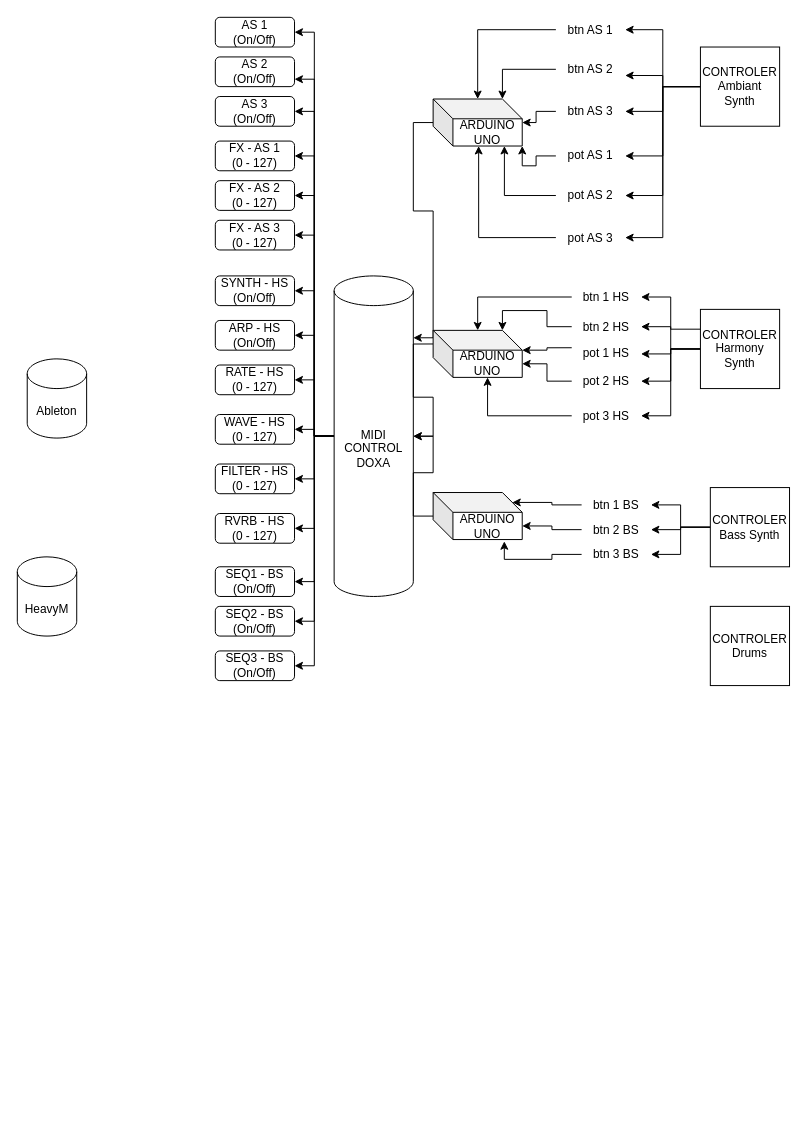
Earlier version of the draw.io diagram controlers_diagram.drawio (LeonardHehlen/HeavyM_project). Source tidied: cells renumbered, new cells numbered last; positions are measured from the earlier drawing's top-left corner, leaving out a move shared by most shapes. Both pictures are drawn from the tidied source at 99%, with x=0, y=0 at pixel (17, 17).
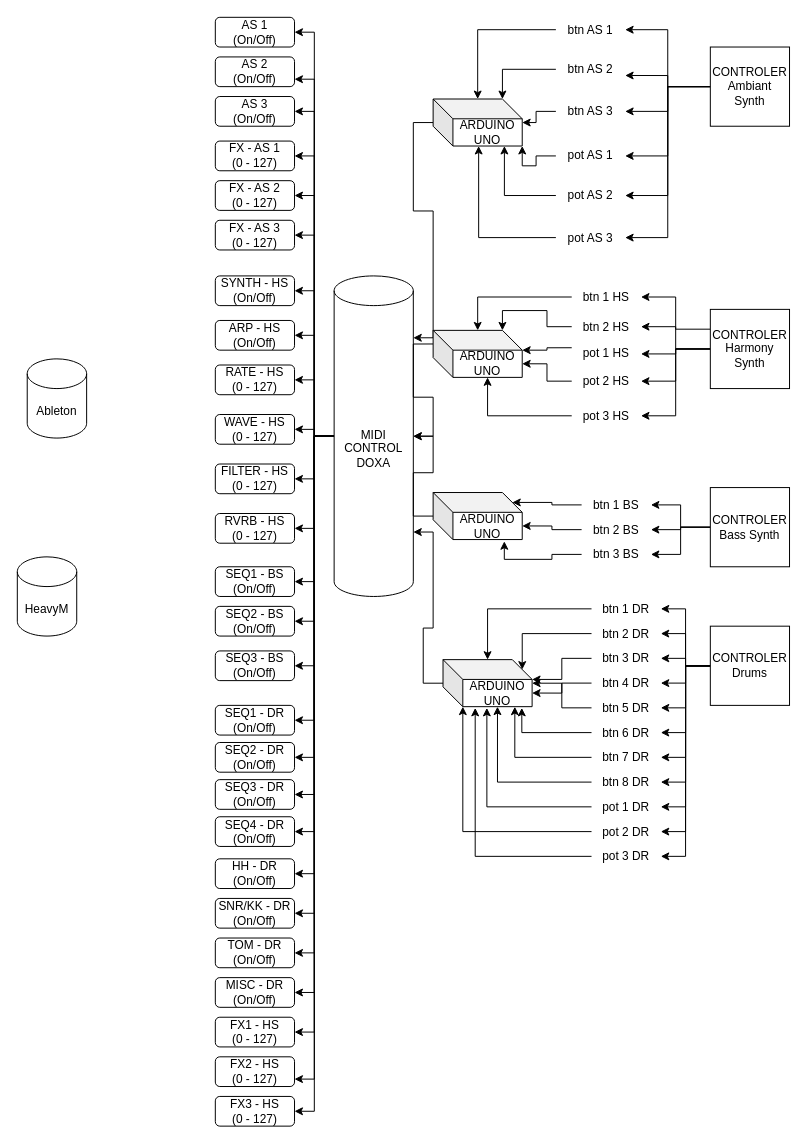
The same page after the edit.

Unchanged cells that the change refers to:
```xml
<mxCell id="57" value="MIDI CONTROL&lt;br&gt;DOXA" style="shape=cylinder3;whiteSpace=wrap;html=1;boundedLbl=1;backgroundOutline=1;size=15;" parent="1" vertex="1">
  <mxGeometry x="320" y="261.2" width="80" height="323.8" as="geometry" />
</mxCell>
```

Change to the diagram source:
```diff
@@
     <mxCell id="11" value="&lt;div&gt;CONTROLER&lt;/div&gt;Harmony Synth" style="whiteSpace=wrap;html=1;" parent="1" vertex="1">
-      <mxGeometry x="690" y="295" width="80" height="80" as="geometry" />
+      <mxGeometry x="700" y="295" width="80" height="80" as="geometry" />
     </mxCell>
@@
     <mxCell id="18" value="&lt;div&gt;CONTROLER&lt;/div&gt;&lt;div&gt;Ambiant Synth&lt;/div&gt;" style="whiteSpace=wrap;html=1;" parent="1" vertex="1">
-      <mxGeometry x="690" y="30" width="80" height="80" as="geometry" />
+      <mxGeometry x="700" y="30" width="80" height="80" as="geometry" />
     </mxCell>
+    <mxCell id="87" style="edgeStyle=orthogonalEdgeStyle;rounded=0;jettySize=auto;html=1;entryX=1;entryY=0.5;entryDx=0;entryDy=0;" parent="1" edge="1" source="19" target="110">
+      <mxGeometry relative="1" as="geometry" />
+    </mxCell>
+    <mxCell id="88" style="edgeStyle=orthogonalEdgeStyle;rounded=0;jettySize=auto;html=1;entryX=1;entryY=0.5;entryDx=0;entryDy=0;" parent="1" edge="1" source="19" target="112">
+      <mxGeometry relative="1" as="geometry" />
+    </mxCell>
+    <mxCell id="89" style="edgeStyle=orthogonalEdgeStyle;rounded=0;jettySize=auto;html=1;entryX=1;entryY=0.5;entryDx=0;entryDy=0;" parent="1" edge="1" source="19" target="114">
+      <mxGeometry relative="1" as="geometry" />
+    </mxCell>
+    <mxCell id="90" style="edgeStyle=orthogonalEdgeStyle;rounded=0;jettySize=auto;html=1;entryX=1;entryY=0.5;entryDx=0;entryDy=0;" parent="1" edge="1" source="19" target="116">
+      <mxGeometry relative="1" as="geometry" />
+    </mxCell>
+    <mxCell id="91" style="edgeStyle=orthogonalEdgeStyle;rounded=0;jettySize=auto;html=1;entryX=1;entryY=0.5;entryDx=0;entryDy=0;" parent="1" edge="1" source="19" target="118">
+      <mxGeometry relative="1" as="geometry" />
+    </mxCell>
+    <mxCell id="92" style="edgeStyle=orthogonalEdgeStyle;rounded=0;jettySize=auto;html=1;entryX=1;entryY=0.5;entryDx=0;entryDy=0;" parent="1" edge="1" source="19" target="120">
+      <mxGeometry relative="1" as="geometry" />
+    </mxCell>
+    <mxCell id="93" style="edgeStyle=orthogonalEdgeStyle;rounded=0;jettySize=auto;html=1;entryX=1;entryY=0.5;entryDx=0;entryDy=0;" parent="1" edge="1" source="19" target="122">
+      <mxGeometry relative="1" as="geometry" />
+    </mxCell>
+    <mxCell id="94" style="edgeStyle=orthogonalEdgeStyle;rounded=0;jettySize=auto;html=1;entryX=1;entryY=0.5;entryDx=0;entryDy=0;" parent="1" edge="1" source="19" target="124">
+      <mxGeometry relative="1" as="geometry" />
+    </mxCell>
+    <mxCell id="95" style="edgeStyle=orthogonalEdgeStyle;rounded=0;jettySize=auto;html=1;entryX=1;entryY=0.5;entryDx=0;entryDy=0;" parent="1" edge="1" source="19" target="126">
+      <mxGeometry relative="1" as="geometry" />
+    </mxCell>
+    <mxCell id="96" style="edgeStyle=orthogonalEdgeStyle;rounded=0;jettySize=auto;html=1;entryX=1;entryY=0.5;entryDx=0;entryDy=0;" parent="1" edge="1" source="19" target="128">
+      <mxGeometry relative="1" as="geometry" />
+    </mxCell>
+    <mxCell id="97" style="edgeStyle=orthogonalEdgeStyle;rounded=0;jettySize=auto;html=1;entryX=1;entryY=0.5;entryDx=0;entryDy=0;" parent="1" edge="1" source="19" target="130">
+      <mxGeometry relative="1" as="geometry" />
+    </mxCell>
     <mxCell id="19" value="&lt;div&gt;&lt;div&gt;CONTROLER&lt;/div&gt;Drums&lt;/div&gt;" style="whiteSpace=wrap;html=1;" parent="1" vertex="1">
-      <mxGeometry x="700" y="595" width="80" height="80" as="geometry" />
+      <mxGeometry x="700" y="615" width="80" height="80" as="geometry" />
     </mxCell>
@@
+    <mxCell id="98" style="edgeStyle=orthogonalEdgeStyle;rounded=0;jettySize=auto;html=1;entryX=1;entryY=0.5;entryDx=0;entryDy=0;" parent="1" edge="1" source="57" target="133">
+      <mxGeometry relative="1" as="geometry" />
+    </mxCell>
+    <mxCell id="99" style="edgeStyle=orthogonalEdgeStyle;rounded=0;jettySize=auto;html=1;entryX=1;entryY=0.5;entryDx=0;entryDy=0;" parent="1" edge="1" source="57" target="134">
+      <mxGeometry relative="1" as="geometry" />
+    </mxCell>
+    <mxCell id="100" style="edgeStyle=orthogonalEdgeStyle;rounded=0;jettySize=auto;html=1;entryX=1;entryY=0.5;entryDx=0;entryDy=0;" parent="1" edge="1" source="57" target="135">
+      <mxGeometry relative="1" as="geometry" />
+    </mxCell>
+    <mxCell id="101" style="edgeStyle=orthogonalEdgeStyle;rounded=0;jettySize=auto;html=1;entryX=1;entryY=0.5;entryDx=0;entryDy=0;" parent="1" edge="1" source="57" target="136">
+      <mxGeometry relative="1" as="geometry" />
+    </mxCell>
+    <mxCell id="102" style="edgeStyle=orthogonalEdgeStyle;rounded=0;jettySize=auto;html=1;entryX=1;entryY=0.5;entryDx=0;entryDy=0;" parent="1" edge="1" source="57" target="137">
+      <mxGeometry relative="1" as="geometry" />
+    </mxCell>
+    <mxCell id="103" style="edgeStyle=orthogonalEdgeStyle;rounded=0;jettySize=auto;html=1;entryX=1;entryY=0.5;entryDx=0;entryDy=0;" parent="1" edge="1" source="57" target="138">
+      <mxGeometry relative="1" as="geometry" />
+    </mxCell>
+    <mxCell id="104" style="edgeStyle=orthogonalEdgeStyle;rounded=0;jettySize=auto;html=1;entryX=1;entryY=0.5;entryDx=0;entryDy=0;" parent="1" edge="1" source="57" target="139">
+      <mxGeometry relative="1" as="geometry" />
+    </mxCell>
+    <mxCell id="105" style="edgeStyle=orthogonalEdgeStyle;rounded=0;jettySize=auto;html=1;entryX=1;entryY=0.5;entryDx=0;entryDy=0;" parent="1" edge="1" source="57" target="140">
+      <mxGeometry relative="1" as="geometry" />
+    </mxCell>
+    <mxCell id="106" style="edgeStyle=orthogonalEdgeStyle;rounded=0;jettySize=auto;html=1;entryX=1;entryY=0.5;entryDx=0;entryDy=0;" parent="1" edge="1" source="57" target="141">
+      <mxGeometry relative="1" as="geometry" />
+    </mxCell>
+    <mxCell id="107" style="edgeStyle=orthogonalEdgeStyle;rounded=0;jettySize=auto;html=1;entryX=1;entryY=0.75;entryDx=0;entryDy=0;" parent="1" edge="1" source="57" target="142">
+      <mxGeometry relative="1" as="geometry" />
+    </mxCell>
+    <mxCell id="108" style="edgeStyle=orthogonalEdgeStyle;rounded=0;jettySize=auto;html=1;entryX=1;entryY=0.5;entryDx=0;entryDy=0;" parent="1" edge="1" source="57" target="143">
+      <mxGeometry relative="1" as="geometry" />
+    </mxCell>
@@
+    <mxCell id="109" style="edgeStyle=orthogonalEdgeStyle;rounded=0;jettySize=auto;html=1;" parent="1" edge="1" source="110" target="132">
+      <mxGeometry relative="1" as="geometry" />
+    </mxCell>
+    <mxCell id="110" value="btn 1 DR" style="text;html=1;strokeColor=none;fillColor=none;align=center;verticalAlign=middle;whiteSpace=wrap;rounded=0;" parent="1" vertex="1">
+      <mxGeometry x="580" y="585" width="70" height="25" as="geometry" />
+    </mxCell>
+    <mxCell id="111" style="edgeStyle=orthogonalEdgeStyle;rounded=0;jettySize=auto;html=1;entryX=0;entryY=0;entryDx=80;entryDy=10;entryPerimeter=0;" parent="1" edge="1" source="112" target="132">
+      <mxGeometry relative="1" as="geometry" />
+    </mxCell>
+    <mxCell id="112" value="btn 2 DR" style="text;html=1;strokeColor=none;fillColor=none;align=center;verticalAlign=middle;whiteSpace=wrap;rounded=0;" parent="1" vertex="1">
+      <mxGeometry x="580" y="610" width="70" height="25" as="geometry" />
+    </mxCell>
+    <mxCell id="113" style="edgeStyle=orthogonalEdgeStyle;rounded=0;jettySize=auto;html=1;entryX=0;entryY=0;entryDx=90;entryDy=20;entryPerimeter=0;" parent="1" edge="1" source="114" target="132">
+      <mxGeometry relative="1" as="geometry" />
+    </mxCell>
+    <mxCell id="114" value="btn 3 DR" style="text;html=1;strokeColor=none;fillColor=none;align=center;verticalAlign=middle;whiteSpace=wrap;rounded=0;" parent="1" vertex="1">
+      <mxGeometry x="580" y="635" width="70" height="25" as="geometry" />
+    </mxCell>
+    <mxCell id="115" style="edgeStyle=orthogonalEdgeStyle;rounded=0;jettySize=auto;html=1;entryX=0;entryY=0;entryDx=90;entryDy=33.75;entryPerimeter=0;" parent="1" edge="1" source="116" target="132">
+      <mxGeometry relative="1" as="geometry" />
+    </mxCell>
+    <mxCell id="116" value="btn 4 DR" style="text;html=1;strokeColor=none;fillColor=none;align=center;verticalAlign=middle;whiteSpace=wrap;rounded=0;" parent="1" vertex="1">
+      <mxGeometry x="580" y="660" width="70" height="25" as="geometry" />
+    </mxCell>
+    <mxCell id="117" style="edgeStyle=orthogonalEdgeStyle;rounded=0;jettySize=auto;html=1;" parent="1" edge="1" source="118" target="132">
+      <mxGeometry relative="1" as="geometry" />
+    </mxCell>
+    <mxCell id="118" value="btn 5 DR" style="text;html=1;strokeColor=none;fillColor=none;align=center;verticalAlign=middle;whiteSpace=wrap;rounded=0;" parent="1" vertex="1">
+      <mxGeometry x="580" y="685" width="70" height="25" as="geometry" />
+    </mxCell>
+    <mxCell id="119" style="edgeStyle=orthogonalEdgeStyle;rounded=0;jettySize=auto;html=1;entryX=0.884;entryY=1.027;entryDx=0;entryDy=0;entryPerimeter=0;" parent="1" edge="1" source="120" target="132">
+      <mxGeometry relative="1" as="geometry" />
+    </mxCell>
+    <mxCell id="120" value="btn 6 DR" style="text;html=1;strokeColor=none;fillColor=none;align=center;verticalAlign=middle;whiteSpace=wrap;rounded=0;" parent="1" vertex="1">
+      <mxGeometry x="580" y="710" width="70" height="25" as="geometry" />
+    </mxCell>
+    <mxCell id="121" style="edgeStyle=orthogonalEdgeStyle;rounded=0;jettySize=auto;html=1;entryX=0.806;entryY=1.002;entryDx=0;entryDy=0;entryPerimeter=0;" parent="1" edge="1" source="122" target="132">
+      <mxGeometry relative="1" as="geometry" />
+    </mxCell>
+    <mxCell id="122" value="btn 7 DR" style="text;html=1;strokeColor=none;fillColor=none;align=center;verticalAlign=middle;whiteSpace=wrap;rounded=0;" parent="1" vertex="1">
+      <mxGeometry x="580" y="735" width="70" height="25" as="geometry" />
+    </mxCell>
+    <mxCell id="123" style="edgeStyle=orthogonalEdgeStyle;rounded=0;jettySize=auto;html=1;entryX=0;entryY=0;entryDx=55;entryDy=47.5;entryPerimeter=0;" parent="1" edge="1" source="124" target="132">
+      <mxGeometry relative="1" as="geometry" />
+    </mxCell>
+    <mxCell id="124" value="btn 8 DR" style="text;html=1;strokeColor=none;fillColor=none;align=center;verticalAlign=middle;whiteSpace=wrap;rounded=0;" parent="1" vertex="1">
+      <mxGeometry x="580" y="760" width="70" height="25" as="geometry" />
+    </mxCell>
+    <mxCell id="125" style="edgeStyle=orthogonalEdgeStyle;rounded=0;jettySize=auto;html=1;entryX=0.492;entryY=1.027;entryDx=0;entryDy=0;entryPerimeter=0;" parent="1" edge="1" source="126" target="132">
+      <mxGeometry relative="1" as="geometry" />
+    </mxCell>
+    <mxCell id="126" value="pot 1 DR" style="text;html=1;strokeColor=none;fillColor=none;align=center;verticalAlign=middle;whiteSpace=wrap;rounded=0;" parent="1" vertex="1">
+      <mxGeometry x="580" y="785" width="70" height="25" as="geometry" />
+    </mxCell>
+    <mxCell id="127" style="edgeStyle=orthogonalEdgeStyle;rounded=0;jettySize=auto;html=1;entryX=0;entryY=0;entryDx=20;entryDy=47.5;entryPerimeter=0;" parent="1" edge="1" source="128" target="132">
+      <mxGeometry relative="1" as="geometry" />
+    </mxCell>
+    <mxCell id="128" value="pot 2 DR" style="text;html=1;strokeColor=none;fillColor=none;align=center;verticalAlign=middle;whiteSpace=wrap;rounded=0;" parent="1" vertex="1">
+      <mxGeometry x="580" y="810" width="70" height="25" as="geometry" />
+    </mxCell>
+    <mxCell id="129" style="edgeStyle=orthogonalEdgeStyle;rounded=0;jettySize=auto;html=1;entryX=0.361;entryY=1.027;entryDx=0;entryDy=0;entryPerimeter=0;" parent="1" edge="1" source="130" target="132">
+      <mxGeometry relative="1" as="geometry" />
+    </mxCell>
+    <mxCell id="130" value="pot 3 DR" style="text;html=1;strokeColor=none;fillColor=none;align=center;verticalAlign=middle;whiteSpace=wrap;rounded=0;" parent="1" vertex="1">
+      <mxGeometry x="580" y="835" width="70" height="25" as="geometry" />
+    </mxCell>
+    <mxCell id="131" style="edgeStyle=orthogonalEdgeStyle;rounded=0;jettySize=auto;html=1;entryX=1;entryY=0.799;entryDx=0;entryDy=0;entryPerimeter=0;" parent="1" edge="1" source="132" target="57">
+      <mxGeometry relative="1" as="geometry" />
+    </mxCell>
+    <mxCell id="132" value="ARDUINO UNO" style="shape=cube;whiteSpace=wrap;html=1;boundedLbl=1;backgroundOutline=1;darkOpacity=0.05;darkOpacity2=0.1;" parent="1" vertex="1">
+      <mxGeometry x="430" y="648.8" width="90" height="47.5" as="geometry" />
+    </mxCell>
+    <mxCell id="133" value="&lt;div&gt;SEQ1 - DR&lt;br&gt;&lt;/div&gt;(On/Off)" style="rounded=1;whiteSpace=wrap;html=1;" parent="1" vertex="1">
+      <mxGeometry x="200" y="695" width="80" height="30" as="geometry" />
+    </mxCell>
+    <mxCell id="134" value="&lt;div&gt;SEQ2 - DR&lt;br&gt;&lt;/div&gt;(On/Off)" style="rounded=1;whiteSpace=wrap;html=1;" parent="1" vertex="1">
+      <mxGeometry x="200" y="732.5" width="80" height="30" as="geometry" />
+    </mxCell>
+    <mxCell id="135" value="&lt;div&gt;SEQ3 - DR&lt;br&gt;&lt;/div&gt;(On/Off)" style="rounded=1;whiteSpace=wrap;html=1;" parent="1" vertex="1">
+      <mxGeometry x="200" y="770" width="80" height="30" as="geometry" />
+    </mxCell>
+    <mxCell id="136" value="&lt;div&gt;SEQ4 - DR&lt;br&gt;&lt;/div&gt;(On/Off)" style="rounded=1;whiteSpace=wrap;html=1;" parent="1" vertex="1">
+      <mxGeometry x="200" y="807.5" width="80" height="30" as="geometry" />
+    </mxCell>
+    <mxCell id="137" value="&lt;div&gt;HH - DR&lt;br&gt;&lt;/div&gt;(On/Off)" style="rounded=1;whiteSpace=wrap;html=1;" parent="1" vertex="1">
+      <mxGeometry x="200" y="850" width="80" height="30" as="geometry" />
+    </mxCell>
+    <mxCell id="138" value="&lt;div&gt;SNR/KK - DR&lt;br&gt;&lt;/div&gt;(On/Off)" style="rounded=1;whiteSpace=wrap;html=1;" parent="1" vertex="1">
+      <mxGeometry x="200" y="890" width="80" height="30" as="geometry" />
+    </mxCell>
+    <mxCell id="139" value="&lt;div&gt;TOM - DR&lt;br&gt;&lt;/div&gt;(On/Off)" style="rounded=1;whiteSpace=wrap;html=1;" parent="1" vertex="1">
+      <mxGeometry x="200" y="930" width="80" height="30" as="geometry" />
+    </mxCell>
+    <mxCell id="140" value="&lt;div&gt;MISC - DR&lt;br&gt;&lt;/div&gt;(On/Off)" style="rounded=1;whiteSpace=wrap;html=1;" parent="1" vertex="1">
+      <mxGeometry x="200" y="970" width="80" height="30" as="geometry" />
+    </mxCell>
+    <mxCell id="141" value="&lt;div&gt;FX1 - HS&lt;/div&gt;&lt;div&gt;(0 - 127)&lt;br&gt;&lt;/div&gt;" style="rounded=1;whiteSpace=wrap;html=1;" parent="1" vertex="1">
+      <mxGeometry x="200" y="1010" width="80" height="30" as="geometry" />
+    </mxCell>
+    <mxCell id="142" value="&lt;div&gt;FX2 - HS&lt;/div&gt;&lt;div&gt;(0 - 127)&lt;br&gt;&lt;/div&gt;" style="rounded=1;whiteSpace=wrap;html=1;" parent="1" vertex="1">
+      <mxGeometry x="200" y="1050" width="80" height="30" as="geometry" />
+    </mxCell>
+    <mxCell id="143" value="&lt;div&gt;FX3 - HS&lt;/div&gt;&lt;div&gt;(0 - 127)&lt;br&gt;&lt;/div&gt;" style="rounded=1;whiteSpace=wrap;html=1;" parent="1" vertex="1">
+      <mxGeometry x="200" y="1090" width="80" height="30" as="geometry" />
+    </mxCell>
```
